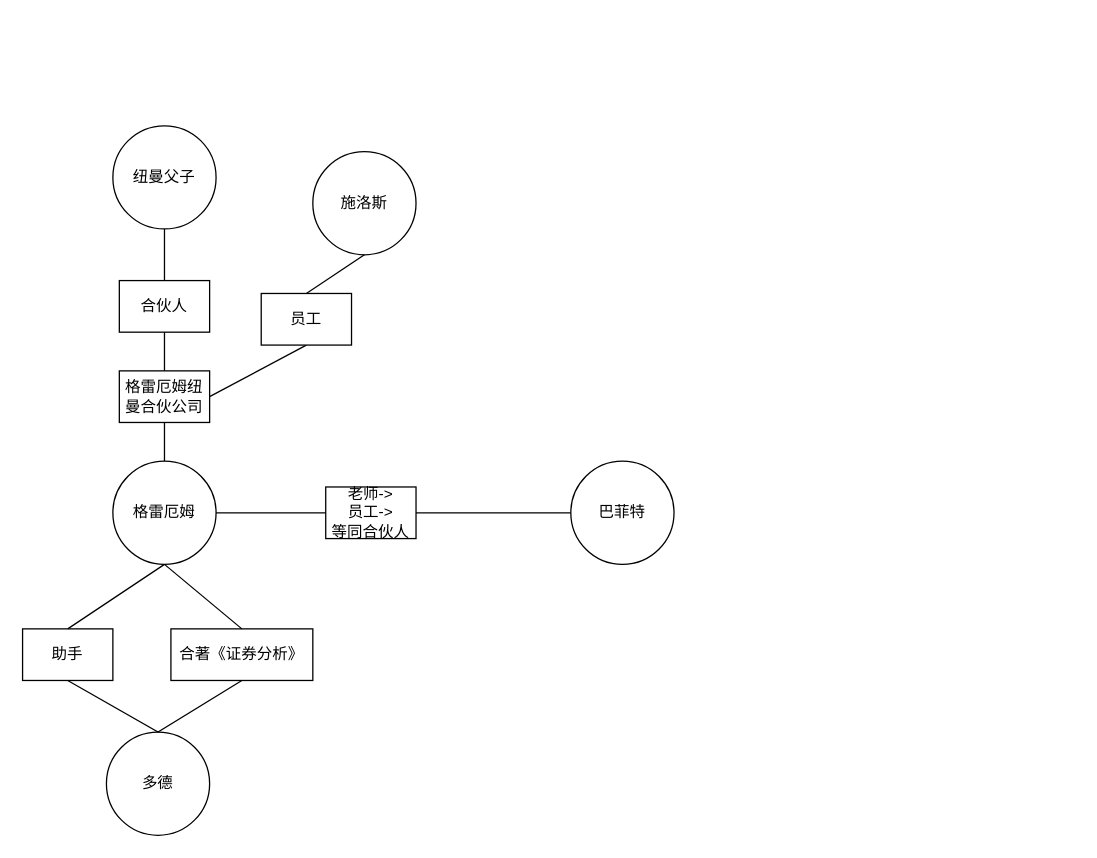
evagle/awesome keeps this draw.io diagram as 格雷厄姆巴菲特价值投资俱乐部.drawio. Above is the earlier version. Source tidied: cells renumbered, new cells numbered last; positions are measured from the earlier drawing's top-left corner, leaving out a move shared by most shapes. Both pictures are drawn from the tidied source at 129%, with x=0, y=0 at pixel (22, 125).
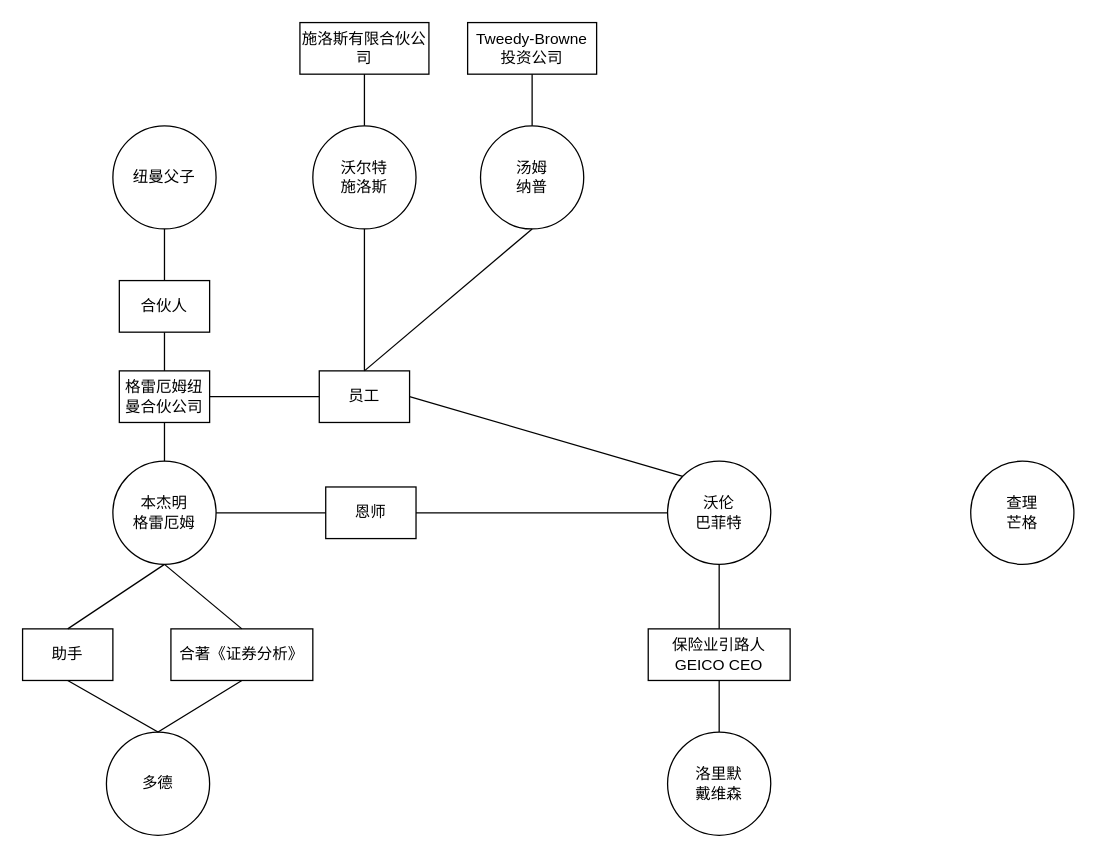
After the change.

Commit message:
Update 格雷厄姆巴菲特价值投资俱乐部.drawio

The change refers to these unchanged cells:
```xml
<mxCell id="10" value="格雷厄姆纽曼合伙公司" style="rounded=0;whiteSpace=wrap;html=1;" parent="1" vertex="1">
  <mxGeometry x="75" y="190" width="70" height="40" as="geometry" />
</mxCell>
```

Change to the diagram source:
```diff
@@
-    <mxCell id="2" value="格雷厄姆" style="ellipse;whiteSpace=wrap;html=1;" parent="1" vertex="1">
+    <mxCell id="2" value="本杰明&lt;br&gt;格雷厄姆" style="ellipse;whiteSpace=wrap;html=1;" parent="1" vertex="1">
       <mxGeometry x="70" y="260" width="80" height="80" as="geometry" />
     </mxCell>
@@
-    <mxCell id="13" value="施洛斯" style="ellipse;whiteSpace=wrap;html=1;" parent="1" vertex="1">
-      <mxGeometry x="225" y="20" width="80" height="80" as="geometry" />
+    <mxCell id="13" value="沃尔特&lt;br&gt;施洛斯" style="ellipse;whiteSpace=wrap;html=1;" parent="1" vertex="1">
+      <mxGeometry x="225" width="80" height="80" as="geometry" />
     </mxCell>
@@
-    <mxCell id="17" style="endArrow=none;html=1;rounded=0;entryX=0.5;entryY=1;entryDx=0;entryDy=0;exitX=1;exitY=0.5;exitDx=0;exitDy=0;" parent="1" edge="1" source="10" target="18">
+    <mxCell id="17" style="endArrow=none;html=1;rounded=0;entryX=0;entryY=0.5;entryDx=0;entryDy=0;exitX=1;exitY=0.5;exitDx=0;exitDy=0;" parent="1" edge="1" source="10" target="18">
       <mxGeometry relative="1" as="geometry" />
     </mxCell>
     <mxCell id="18" value="员工" style="rounded=0;whiteSpace=wrap;html=1;" parent="1" vertex="1">
-      <mxGeometry x="185" y="130" width="70" height="40" as="geometry" />
+      <mxGeometry x="230" y="190" width="70" height="40" as="geometry" />
     </mxCell>
-    <mxCell id="19" value="巴菲特" style="ellipse;whiteSpace=wrap;html=1;" parent="1" vertex="1">
-      <mxGeometry x="425" y="260" width="80" height="80" as="geometry" />
+    <mxCell id="19" value="沃伦&lt;br&gt;巴菲特" style="ellipse;whiteSpace=wrap;html=1;" parent="1" vertex="1">
+      <mxGeometry x="500" y="260" width="80" height="80" as="geometry" />
     </mxCell>
-    <mxCell id="20" value="老师-&amp;gt;&lt;br&gt;员工-&amp;gt;&lt;br&gt;等同合伙人" style="rounded=0;whiteSpace=wrap;html=1;" parent="1" vertex="1">
+    <mxCell id="20" value="恩师" style="rounded=0;whiteSpace=wrap;html=1;" parent="1" vertex="1">
       <mxGeometry x="235" y="280" width="70" height="40" as="geometry" />
     </mxCell>
@@
+    <mxCell id="23" style="endArrow=none;html=1;rounded=0;entryX=0;entryY=0;entryDx=0;entryDy=0;exitX=1;exitY=0.5;exitDx=0;exitDy=0;" parent="1" edge="1" source="18" target="19">
+      <mxGeometry relative="1" as="geometry" />
+    </mxCell>
+    <mxCell id="24" value="汤姆&lt;br&gt;纳普" style="ellipse;whiteSpace=wrap;html=1;" parent="1" vertex="1">
+      <mxGeometry x="355" width="80" height="80" as="geometry" />
+    </mxCell>
+    <mxCell id="25" style="endArrow=none;html=1;rounded=0;entryX=0.5;entryY=1;entryDx=0;entryDy=0;exitX=0.5;exitY=0;exitDx=0;exitDy=0;" parent="1" edge="1" source="18" target="24">
+      <mxGeometry relative="1" as="geometry" />
+    </mxCell>
+    <mxCell id="26" value="Tweedy-Browne投资公司" style="rounded=0;whiteSpace=wrap;html=1;" parent="1" vertex="1">
+      <mxGeometry x="345" y="-80" width="100" height="40" as="geometry" />
+    </mxCell>
+    <mxCell id="27" style="endArrow=none;html=1;rounded=0;entryX=0.5;entryY=1;entryDx=0;entryDy=0;exitX=0.5;exitY=0;exitDx=0;exitDy=0;" parent="1" edge="1" source="24" target="26">
+      <mxGeometry relative="1" as="geometry" />
+    </mxCell>
+    <mxCell id="28" value="施洛斯有限合伙公司" style="rounded=0;whiteSpace=wrap;html=1;" parent="1" vertex="1">
+      <mxGeometry x="215" y="-80" width="100" height="40" as="geometry" />
+    </mxCell>
+    <mxCell id="29" style="endArrow=none;html=1;rounded=0;entryX=0.5;entryY=1;entryDx=0;entryDy=0;exitX=0.5;exitY=0;exitDx=0;exitDy=0;" parent="1" edge="1" source="13" target="28">
+      <mxGeometry relative="1" as="geometry" />
+    </mxCell>
+    <mxCell id="30" value="洛里默&lt;br&gt;戴维森" style="ellipse;whiteSpace=wrap;html=1;" parent="1" vertex="1">
+      <mxGeometry x="500" y="470" width="80" height="80" as="geometry" />
+    </mxCell>
+    <mxCell id="31" value="保险业引路人&lt;br&gt;GEICO CEO" style="rounded=0;whiteSpace=wrap;html=1;" parent="1" vertex="1">
+      <mxGeometry x="485" y="390" width="110" height="40" as="geometry" />
+    </mxCell>
+    <mxCell id="32" style="endArrow=none;html=1;rounded=0;entryX=0.5;entryY=1;entryDx=0;entryDy=0;exitX=0.5;exitY=0;exitDx=0;exitDy=0;" parent="1" edge="1" source="31" target="19">
+      <mxGeometry relative="1" as="geometry" />
+    </mxCell>
+    <mxCell id="33" style="endArrow=none;html=1;rounded=0;exitX=0.5;exitY=1;exitDx=0;exitDy=0;" parent="1" edge="1" source="31" target="30">
+      <mxGeometry relative="1" as="geometry" />
+    </mxCell>
+    <mxCell id="34" value="查理&lt;br&gt;芒格" style="ellipse;whiteSpace=wrap;html=1;" parent="1" vertex="1">
+      <mxGeometry x="735" y="260" width="80" height="80" as="geometry" />
+    </mxCell>
```
